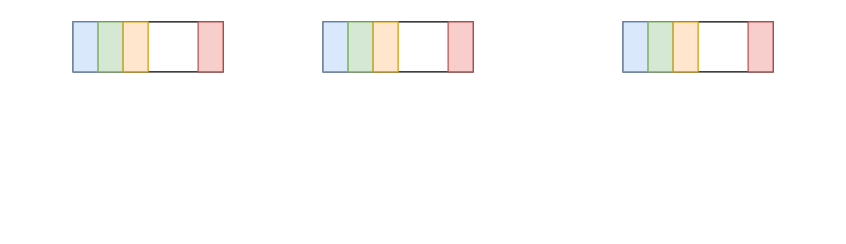
The draw.io diagram scatterReduce.drawio in BEYHHH/SBLP, before the edit. Source tidied: cells renumbered, new cells numbered last; positions are measured from the earlier drawing's top-left corner, leaving out a move shared by most shapes. Both pictures are drawn from the tidied source at 125%, with x=0, y=0 at pixel (72, 21).
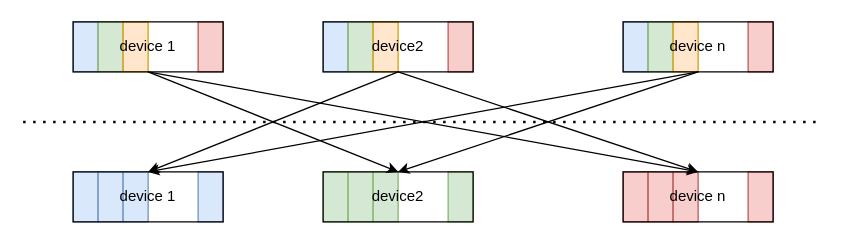
Above is the later version.

What changed in the source:
```diff
@@
-    <mxCell id="2" style="rounded=0;whiteSpace=wrap;html=1;" parent="1" vertex="1">
-      <mxGeometry width="120" height="40" as="geometry" />
-    </mxCell>
@@
-    <mxCell id="7" style="rounded=0;whiteSpace=wrap;html=1;" parent="1" vertex="1">
-      <mxGeometry x="200" width="120" height="40" as="geometry" />
-    </mxCell>
@@
-    <mxCell id="12" style="rounded=0;whiteSpace=wrap;html=1;" parent="1" vertex="1">
-      <mxGeometry x="440" width="120" height="40" as="geometry" />
-    </mxCell>
@@
+    <mxCell id="2" value="device 1" style="rounded=0;whiteSpace=wrap;html=1;fillColor=none;" parent="1" vertex="1">
+      <mxGeometry width="120" height="40" as="geometry" />
+    </mxCell>
+    <mxCell id="7" value="device2" style="rounded=0;whiteSpace=wrap;html=1;fillColor=none;" parent="1" vertex="1">
+      <mxGeometry x="200" width="120" height="40" as="geometry" />
+    </mxCell>
+    <mxCell id="12" value="device n" style="rounded=0;whiteSpace=wrap;html=1;fillColor=none;" parent="1" vertex="1">
+      <mxGeometry x="440" width="120" height="40" as="geometry" />
+    </mxCell>
+    <mxCell id="17" style="rounded=0;whiteSpace=wrap;html=1;fillColor=#dae8fc;strokeColor=#6c8ebf;" parent="1" vertex="1">
+      <mxGeometry y="120" width="20" height="40" as="geometry" />
+    </mxCell>
+    <mxCell id="18" style="rounded=0;whiteSpace=wrap;html=1;fillColor=#dae8fc;strokeColor=#6c8ebf;" parent="1" vertex="1">
+      <mxGeometry x="20" y="120" width="20" height="40" as="geometry" />
+    </mxCell>
+    <mxCell id="19" style="rounded=0;whiteSpace=wrap;html=1;fillColor=#dae8fc;strokeColor=#6c8ebf;" parent="1" vertex="1">
+      <mxGeometry x="40" y="120" width="20" height="40" as="geometry" />
+    </mxCell>
+    <mxCell id="20" style="rounded=0;whiteSpace=wrap;html=1;fillColor=#dae8fc;strokeColor=#6c8ebf;" parent="1" vertex="1">
+      <mxGeometry x="100" y="120" width="20" height="40" as="geometry" />
+    </mxCell>
+    <mxCell id="21" style="rounded=0;whiteSpace=wrap;html=1;fillColor=#d5e8d4;strokeColor=#82b366;" parent="1" vertex="1">
+      <mxGeometry x="200" y="120" width="20" height="40" as="geometry" />
+    </mxCell>
+    <mxCell id="22" style="rounded=0;whiteSpace=wrap;html=1;fillColor=#d5e8d4;strokeColor=#82b366;" parent="1" vertex="1">
+      <mxGeometry x="220" y="120" width="20" height="40" as="geometry" />
+    </mxCell>
+    <mxCell id="23" style="rounded=0;whiteSpace=wrap;html=1;fillColor=#d5e8d4;strokeColor=#82b366;" parent="1" vertex="1">
+      <mxGeometry x="240" y="120" width="20" height="40" as="geometry" />
+    </mxCell>
+    <mxCell id="24" style="rounded=0;whiteSpace=wrap;html=1;fillColor=#d5e8d4;strokeColor=#82b366;" parent="1" vertex="1">
+      <mxGeometry x="300" y="120" width="20" height="40" as="geometry" />
+    </mxCell>
+    <mxCell id="25" style="rounded=0;whiteSpace=wrap;html=1;fillColor=#f8cecc;strokeColor=#b85450;" parent="1" vertex="1">
+      <mxGeometry x="440" y="120" width="20" height="40" as="geometry" />
+    </mxCell>
+    <mxCell id="26" style="rounded=0;whiteSpace=wrap;html=1;fillColor=#f8cecc;strokeColor=#b85450;" parent="1" vertex="1">
+      <mxGeometry x="460" y="120" width="20" height="40" as="geometry" />
+    </mxCell>
+    <mxCell id="27" style="rounded=0;whiteSpace=wrap;html=1;fillColor=#f8cecc;strokeColor=#b85450;" parent="1" vertex="1">
+      <mxGeometry x="480" y="120" width="20" height="40" as="geometry" />
+    </mxCell>
+    <mxCell id="28" style="rounded=0;whiteSpace=wrap;html=1;fillColor=#f8cecc;strokeColor=#b85450;" parent="1" vertex="1">
+      <mxGeometry x="540" y="120" width="20" height="40" as="geometry" />
+    </mxCell>
+    <mxCell id="29" value="device 1" style="rounded=0;whiteSpace=wrap;html=1;fillColor=none;" parent="1" vertex="1">
+      <mxGeometry y="120" width="120" height="40" as="geometry" />
+    </mxCell>
+    <mxCell id="30" value="device2" style="rounded=0;whiteSpace=wrap;html=1;fillColor=none;" parent="1" vertex="1">
+      <mxGeometry x="200" y="120" width="120" height="40" as="geometry" />
+    </mxCell>
+    <mxCell id="31" value="device n" style="rounded=0;whiteSpace=wrap;html=1;fillColor=none;" parent="1" vertex="1">
+      <mxGeometry x="440" y="120" width="120" height="40" as="geometry" />
+    </mxCell>
+    <mxCell id="32" style="endArrow=none;dashed=1;html=1;dashPattern=1 3;strokeWidth=2;rounded=0;" parent="1" edge="1">
+      <mxGeometry relative="1" as="geometry">
+        <mxPoint x="-40" y="80" as="sourcePoint" />
+        <mxPoint x="600" y="80" as="targetPoint" />
+      </mxGeometry>
+    </mxCell>
+    <mxCell id="33" style="endArrow=classic;html=1;rounded=0;exitX=0.5;exitY=1;exitDx=0;exitDy=0;" parent="1" edge="1" source="2">
+      <mxGeometry relative="1" as="geometry">
+        <mxPoint x="260" y="120" as="targetPoint" />
+      </mxGeometry>
+    </mxCell>
+    <mxCell id="34" style="endArrow=classic;html=1;rounded=0;exitX=0.5;exitY=1;exitDx=0;exitDy=0;entryX=0.5;entryY=0;entryDx=0;entryDy=0;" parent="1" edge="1" source="2" target="31">
+      <mxGeometry relative="1" as="geometry" />
+    </mxCell>
+    <mxCell id="35" style="endArrow=classic;html=1;rounded=0;entryX=0.5;entryY=0;entryDx=0;entryDy=0;exitX=0.5;exitY=1;exitDx=0;exitDy=0;" parent="1" edge="1" source="7" target="29">
+      <mxGeometry relative="1" as="geometry" />
+    </mxCell>
+    <mxCell id="36" style="endArrow=classic;html=1;rounded=0;entryX=0.5;entryY=0;entryDx=0;entryDy=0;exitX=0.5;exitY=1;exitDx=0;exitDy=0;" parent="1" edge="1" source="12" target="29">
+      <mxGeometry relative="1" as="geometry" />
+    </mxCell>
+    <mxCell id="37" style="endArrow=classic;html=1;rounded=0;entryX=0.5;entryY=0;entryDx=0;entryDy=0;exitX=0.5;exitY=1;exitDx=0;exitDy=0;" parent="1" edge="1" source="7" target="31">
+      <mxGeometry relative="1" as="geometry" />
+    </mxCell>
+    <mxCell id="38" style="endArrow=classic;html=1;rounded=0;entryX=0.5;entryY=0;entryDx=0;entryDy=0;exitX=0.5;exitY=1;exitDx=0;exitDy=0;" parent="1" edge="1" source="12" target="30">
+      <mxGeometry relative="1" as="geometry" />
+    </mxCell>
```
